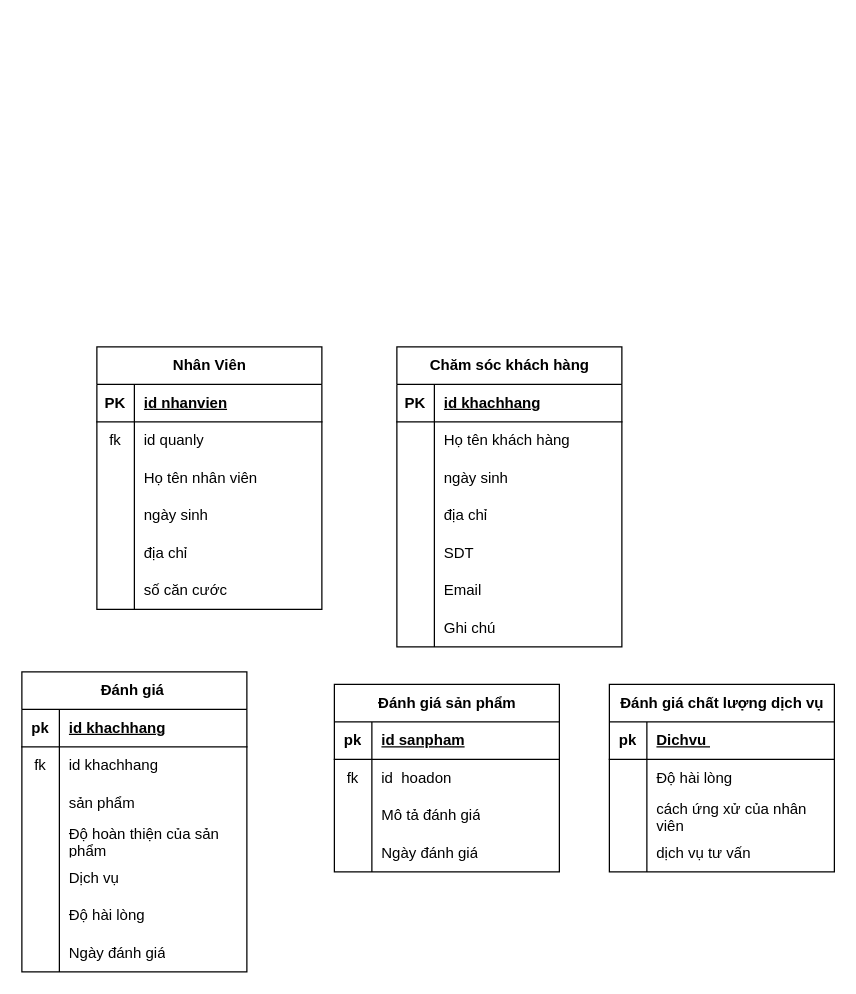
Earlier version of the draw.io diagram page "Nhân viên" (4 of 7) of DuAnNhom.drawio (khai520/DuAnNhom). Source tidied: cells renumbered, new cells numbered last; positions are measured from the earlier drawing's top-left corner, leaving out a move shared by most shapes. Both pictures are drawn from the tidied source at 125%, with x=0, y=0 at pixel (21, 346).
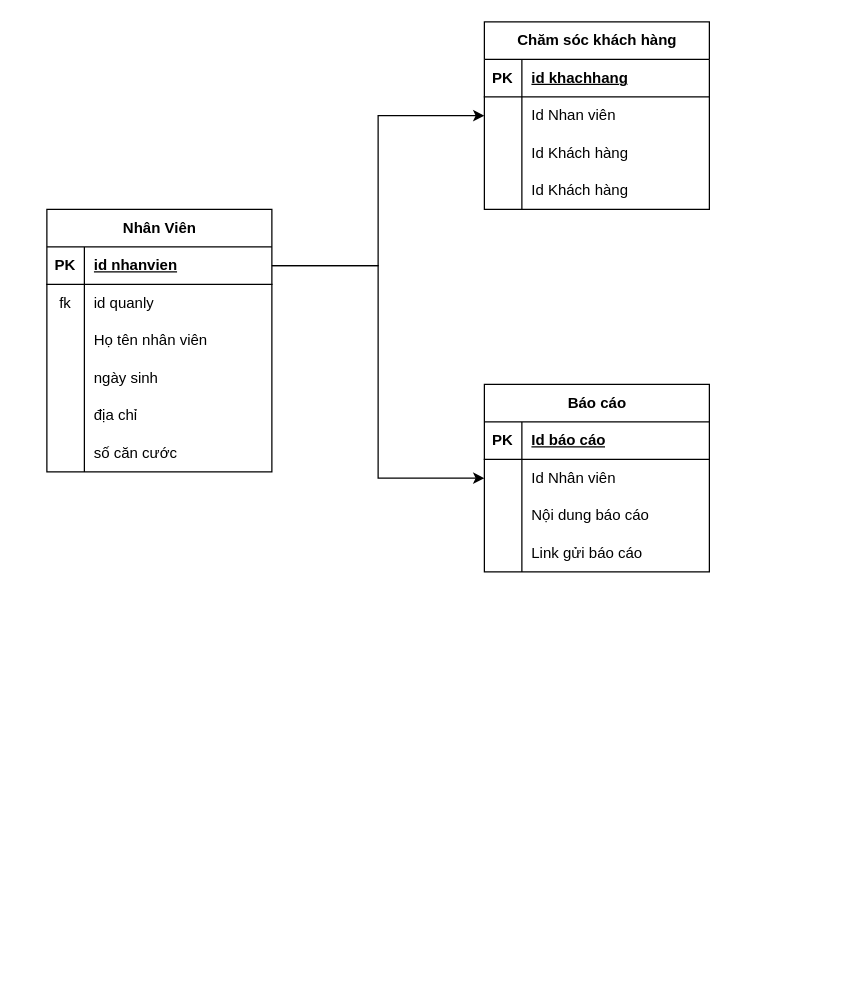
Above is the later version.

Unchanged cells that the change refers to:
```xml
<mxCell id="3" style="shape=tableRow;horizontal=0;startSize=0;swimlaneHead=0;swimlaneBody=0;fillColor=none;points=[[0,0.5],[1,0.5]];portConstraint=eastwest;top=0;left=0;right=0;bottom=1;" parent="2" vertex="1">
  <mxGeometry y="30" width="180" height="30" as="geometry" />
</mxCell>
<mxCell id="25" style="shape=tableRow;horizontal=0;startSize=0;swimlaneHead=0;swimlaneBody=0;fillColor=none;points=[[0,0.5],[1,0.5]];portConstraint=eastwest;top=0;left=0;right=0;bottom=0;" parent="21" vertex="1">
  <mxGeometry y="60" width="180" height="30" as="geometry" />
</mxCell>
```

What changed in the source:
```diff
@@
     <mxCell id="2" value="Nhân Viên" style="shape=table;startSize=30;childLayout=tableLayout;rowLines=0;fontStyle=1;align=center;html=1;" parent="1" vertex="1">
-      <mxGeometry x="60" width="180" height="210" as="geometry" />
+      <mxGeometry x="20" y="-110" width="180" height="210" as="geometry" />
     </mxCell>
@@
     <mxCell id="21" value="Chăm sóc khách hàng" style="shape=table;startSize=30;childLayout=tableLayout;rowLines=0;fontStyle=1;align=center;html=1;" parent="1" vertex="1">
-      <mxGeometry x="300" width="180" height="240" as="geometry" />
+      <mxGeometry x="370" y="-260" width="180" height="150" as="geometry" />
     </mxCell>
@@
-    <mxCell id="27" value="Họ tên khách hàng" style="shape=partialRectangle;fillColor=none;top=0;left=0;bottom=0;right=0;align=left;spacingLeft=6;overflow=hidden;whiteSpace=wrap;html=1;" parent="25" vertex="1">
+    <mxCell id="27" value="Id Nhan viên" style="shape=partialRectangle;fillColor=none;top=0;left=0;bottom=0;right=0;align=left;spacingLeft=6;overflow=hidden;whiteSpace=wrap;html=1;" parent="25" vertex="1">
       <mxGeometry x="30" width="150" height="30" as="geometry" />
     </mxCell>
-    <mxCell id="28" style="shape=tableRow;horizontal=0;startSize=0;swimlaneHead=0;swimlaneBody=0;fillColor=none;top=0;left=0;right=0;bottom=0;" parent="21" vertex="1">
-      <mxGeometry y="90" width="180" height="30" as="geometry" />
-    </mxCell>
-    <mxCell id="29" style="shape=partialRectangle;fillColor=none;top=0;left=0;bottom=0;right=0;overflow=hidden;whiteSpace=wrap;html=1;" parent="28" vertex="1">
-      <mxGeometry width="30" height="30" as="geometry" />
-    </mxCell>
-    <mxCell id="30" value="ngày sinh&amp;nbsp;" style="shape=partialRectangle;fillColor=none;top=0;left=0;bottom=0;right=0;align=left;spacingLeft=6;overflow=hidden;whiteSpace=wrap;html=1;" parent="28" vertex="1">
-      <mxGeometry x="30" width="150" height="30" as="geometry" />
-    </mxCell>
-    <mxCell id="31" style="shape=tableRow;horizontal=0;startSize=0;swimlaneHead=0;swimlaneBody=0;fillColor=none;top=0;left=0;right=0;bottom=0;" parent="21" vertex="1">
-      <mxGeometry y="120" width="180" height="30" as="geometry" />
-    </mxCell>
-    <mxCell id="32" style="shape=partialRectangle;fillColor=none;top=0;left=0;bottom=0;right=0;overflow=hidden;whiteSpace=wrap;html=1;" parent="31" vertex="1">
-      <mxGeometry width="30" height="30" as="geometry" />
-    </mxCell>
-    <mxCell id="33" value="địa chỉ" style="shape=partialRectangle;fillColor=none;top=0;left=0;bottom=0;right=0;align=left;spacingLeft=6;overflow=hidden;whiteSpace=wrap;html=1;" parent="31" vertex="1">
-      <mxGeometry x="30" width="150" height="30" as="geometry" />
-    </mxCell>
-    <mxCell id="34" style="shape=tableRow;horizontal=0;startSize=0;swimlaneHead=0;swimlaneBody=0;fillColor=none;top=0;left=0;right=0;bottom=0;" parent="21" vertex="1">
-      <mxGeometry y="150" width="180" height="30" as="geometry" />
-    </mxCell>
-    <mxCell id="35" style="shape=partialRectangle;fillColor=none;top=0;left=0;bottom=0;right=0;overflow=hidden;whiteSpace=wrap;html=1;" parent="34" vertex="1">
-      <mxGeometry width="30" height="30" as="geometry" />
-    </mxCell>
-    <mxCell id="36" value="SDT&lt;br&gt;" style="shape=partialRectangle;fillColor=none;top=0;left=0;bottom=0;right=0;align=left;spacingLeft=6;overflow=hidden;whiteSpace=wrap;html=1;" parent="34" vertex="1">
-      <mxGeometry x="30" width="150" height="30" as="geometry" />
-    </mxCell>
-    <mxCell id="37" style="shape=tableRow;horizontal=0;startSize=0;swimlaneHead=0;swimlaneBody=0;fillColor=none;top=0;left=0;right=0;bottom=0;" parent="21" vertex="1">
-      <mxGeometry y="180" width="180" height="30" as="geometry" />
-    </mxCell>
-    <mxCell id="38" style="shape=partialRectangle;fillColor=none;top=0;left=0;bottom=0;right=0;overflow=hidden;whiteSpace=wrap;html=1;" parent="37" vertex="1">
-      <mxGeometry width="30" height="30" as="geometry" />
-    </mxCell>
-    <mxCell id="39" value="Email" style="shape=partialRectangle;fillColor=none;top=0;left=0;bottom=0;right=0;align=left;spacingLeft=6;overflow=hidden;whiteSpace=wrap;html=1;" parent="37" vertex="1">
-      <mxGeometry x="30" width="150" height="30" as="geometry" />
-    </mxCell>
     <mxCell id="40" style="shape=tableRow;horizontal=0;startSize=0;swimlaneHead=0;swimlaneBody=0;fillColor=none;top=0;left=0;right=0;bottom=0;" parent="21" vertex="1">
-      <mxGeometry y="210" width="180" height="30" as="geometry" />
+      <mxGeometry y="90" width="180" height="30" as="geometry" />
     </mxCell>
@@
-    <mxCell id="42" value="Ghi chú" style="shape=partialRectangle;fillColor=none;top=0;left=0;bottom=0;right=0;align=left;spacingLeft=6;overflow=hidden;whiteSpace=wrap;html=1;" parent="40" vertex="1">
+    <mxCell id="42" value="Id Khách hàng" style="shape=partialRectangle;fillColor=none;top=0;left=0;bottom=0;right=0;align=left;spacingLeft=6;overflow=hidden;whiteSpace=wrap;html=1;" parent="40" vertex="1">
       <mxGeometry x="30" width="150" height="30" as="geometry" />
     </mxCell>
-    <mxCell id="43" value="Đánh giá&amp;nbsp;" style="shape=table;startSize=30;childLayout=tableLayout;rowLines=0;fontStyle=1;align=center;html=1;" parent="1" vertex="1">
-      <mxGeometry y="260" width="180" height="240" as="geometry" />
-    </mxCell>
-    <mxCell id="44" style="shape=tableRow;horizontal=0;startSize=0;swimlaneHead=0;swimlaneBody=0;fillColor=none;top=0;left=0;right=0;bottom=1;" parent="43" vertex="1">
-      <mxGeometry y="30" width="180" height="30" as="geometry" />
-    </mxCell>
-    <mxCell id="45" value="pk" style="shape=partialRectangle;fillColor=none;top=0;left=0;bottom=0;right=0;fontStyle=1;overflow=hidden;whiteSpace=wrap;html=1;" parent="44" vertex="1">
-      <mxGeometry width="30" height="30" as="geometry" />
-    </mxCell>
-    <mxCell id="46" value="id khachhang" style="shape=partialRectangle;fillColor=none;top=0;left=0;bottom=0;right=0;align=left;spacingLeft=6;fontStyle=5;overflow=hidden;whiteSpace=wrap;html=1;" parent="44" vertex="1">
-      <mxGeometry x="30" width="150" height="30" as="geometry" />
-    </mxCell>
-    <mxCell id="47" style="shape=tableRow;horizontal=0;startSize=0;swimlaneHead=0;swimlaneBody=0;fillColor=none;top=0;left=0;right=0;bottom=0;" parent="43" vertex="1">
-      <mxGeometry y="60" width="180" height="30" as="geometry" />
-    </mxCell>
-    <mxCell id="48" value="fk" style="shape=partialRectangle;fillColor=none;top=0;left=0;bottom=0;right=0;overflow=hidden;whiteSpace=wrap;html=1;" parent="47" vertex="1">
-      <mxGeometry width="30" height="30" as="geometry" />
-    </mxCell>
-    <mxCell id="49" value="id khachhang" style="shape=partialRectangle;fillColor=none;top=0;left=0;bottom=0;right=0;align=left;spacingLeft=6;overflow=hidden;whiteSpace=wrap;html=1;" parent="47" vertex="1">
-      <mxGeometry x="30" width="150" height="30" as="geometry" />
-    </mxCell>
-    <mxCell id="50" style="shape=tableRow;horizontal=0;startSize=0;swimlaneHead=0;swimlaneBody=0;fillColor=none;top=0;left=0;right=0;bottom=0;" parent="43" vertex="1">
-      <mxGeometry y="90" width="180" height="30" as="geometry" />
-    </mxCell>
-    <mxCell id="51" style="shape=partialRectangle;fillColor=none;top=0;left=0;bottom=0;right=0;overflow=hidden;whiteSpace=wrap;html=1;" parent="50" vertex="1">
-      <mxGeometry width="30" height="30" as="geometry" />
-    </mxCell>
-    <mxCell id="52" value="sản phẩm" style="shape=partialRectangle;fillColor=none;top=0;left=0;bottom=0;right=0;align=left;spacingLeft=6;overflow=hidden;whiteSpace=wrap;html=1;" parent="50" vertex="1">
-      <mxGeometry x="30" width="150" height="30" as="geometry" />
-    </mxCell>
-    <mxCell id="53" style="shape=tableRow;horizontal=0;startSize=0;swimlaneHead=0;swimlaneBody=0;fillColor=none;top=0;left=0;right=0;bottom=0;" parent="43" vertex="1">
-      <mxGeometry y="120" width="180" height="30" as="geometry" />
-    </mxCell>
-    <mxCell id="54" style="shape=partialRectangle;fillColor=none;top=0;left=0;bottom=0;right=0;overflow=hidden;whiteSpace=wrap;html=1;" parent="53" vertex="1">
-      <mxGeometry width="30" height="30" as="geometry" />
-    </mxCell>
-    <mxCell id="55" value="Độ hoàn thiện của sản phẩm" style="shape=partialRectangle;fillColor=none;top=0;left=0;bottom=0;right=0;align=left;spacingLeft=6;overflow=hidden;whiteSpace=wrap;html=1;" parent="53" vertex="1">
-      <mxGeometry x="30" width="150" height="30" as="geometry" />
-    </mxCell>
-    <mxCell id="56" style="shape=tableRow;horizontal=0;startSize=0;swimlaneHead=0;swimlaneBody=0;fillColor=none;top=0;left=0;right=0;bottom=0;" parent="43" vertex="1">
-      <mxGeometry y="150" width="180" height="30" as="geometry" />
-    </mxCell>
-    <mxCell id="57" style="shape=partialRectangle;fillColor=none;top=0;left=0;bottom=0;right=0;overflow=hidden;whiteSpace=wrap;html=1;" parent="56" vertex="1">
-      <mxGeometry width="30" height="30" as="geometry" />
-    </mxCell>
-    <mxCell id="58" value="Dịch vụ" style="shape=partialRectangle;fillColor=none;top=0;left=0;bottom=0;right=0;align=left;spacingLeft=6;overflow=hidden;whiteSpace=wrap;html=1;" parent="56" vertex="1">
-      <mxGeometry x="30" width="150" height="30" as="geometry" />
-    </mxCell>
-    <mxCell id="59" style="shape=tableRow;horizontal=0;startSize=0;swimlaneHead=0;swimlaneBody=0;fillColor=none;top=0;left=0;right=0;bottom=0;" parent="43" vertex="1">
-      <mxGeometry y="180" width="180" height="30" as="geometry" />
-    </mxCell>
-    <mxCell id="60" style="shape=partialRectangle;fillColor=none;top=0;left=0;bottom=0;right=0;overflow=hidden;whiteSpace=wrap;html=1;" parent="59" vertex="1">
-      <mxGeometry width="30" height="30" as="geometry" />
-    </mxCell>
-    <mxCell id="61" value="Độ hài lòng&amp;nbsp;" style="shape=partialRectangle;fillColor=none;top=0;left=0;bottom=0;right=0;align=left;spacingLeft=6;overflow=hidden;whiteSpace=wrap;html=1;" parent="59" vertex="1">
-      <mxGeometry x="30" width="150" height="30" as="geometry" />
-    </mxCell>
-    <mxCell id="62" style="shape=tableRow;horizontal=0;startSize=0;swimlaneHead=0;swimlaneBody=0;fillColor=none;top=0;left=0;right=0;bottom=0;" parent="43" vertex="1">
-      <mxGeometry y="210" width="180" height="30" as="geometry" />
-    </mxCell>
-    <mxCell id="63" style="shape=partialRectangle;fillColor=none;top=0;left=0;bottom=0;right=0;overflow=hidden;whiteSpace=wrap;html=1;" parent="62" vertex="1">
-      <mxGeometry width="30" height="30" as="geometry" />
-    </mxCell>
-    <mxCell id="64" value="Ngày đánh giá" style="shape=partialRectangle;fillColor=none;top=0;left=0;bottom=0;right=0;align=left;spacingLeft=6;overflow=hidden;whiteSpace=wrap;html=1;" parent="62" vertex="1">
-      <mxGeometry x="30" width="150" height="30" as="geometry" />
-    </mxCell>
-    <mxCell id="65" value="Đánh giá sản phẩm" style="shape=table;startSize=30;childLayout=tableLayout;rowLines=0;fontStyle=1;align=center;html=1;" parent="1" vertex="1">
-      <mxGeometry x="250" y="270" width="180" height="150" as="geometry" />
-    </mxCell>
-    <mxCell id="66" style="shape=tableRow;horizontal=0;startSize=0;swimlaneHead=0;swimlaneBody=0;fillColor=none;top=0;left=0;right=0;bottom=1;" parent="65" vertex="1">
-      <mxGeometry y="30" width="180" height="30" as="geometry" />
-    </mxCell>
-    <mxCell id="67" value="pk" style="shape=partialRectangle;fillColor=none;top=0;left=0;bottom=0;right=0;fontStyle=1;overflow=hidden;whiteSpace=wrap;html=1;" parent="66" vertex="1">
-      <mxGeometry width="30" height="30" as="geometry" />
-    </mxCell>
-    <mxCell id="68" value="id sanpham" style="shape=partialRectangle;fillColor=none;top=0;left=0;bottom=0;right=0;align=left;spacingLeft=6;fontStyle=5;overflow=hidden;whiteSpace=wrap;html=1;" parent="66" vertex="1">
-      <mxGeometry x="30" width="150" height="30" as="geometry" />
-    </mxCell>
-    <mxCell id="69" style="shape=tableRow;horizontal=0;startSize=0;swimlaneHead=0;swimlaneBody=0;fillColor=none;top=0;left=0;right=0;bottom=0;" parent="65" vertex="1">
-      <mxGeometry y="60" width="180" height="30" as="geometry" />
-    </mxCell>
-    <mxCell id="70" value="fk" style="shape=partialRectangle;fillColor=none;top=0;left=0;bottom=0;right=0;overflow=hidden;whiteSpace=wrap;html=1;" parent="69" vertex="1">
-      <mxGeometry width="30" height="30" as="geometry" />
-    </mxCell>
-    <mxCell id="71" value="id&amp;nbsp; hoadon" style="shape=partialRectangle;fillColor=none;top=0;left=0;bottom=0;right=0;align=left;spacingLeft=6;overflow=hidden;whiteSpace=wrap;html=1;" parent="69" vertex="1">
-      <mxGeometry x="30" width="150" height="30" as="geometry" />
-    </mxCell>
-    <mxCell id="72" style="shape=tableRow;horizontal=0;startSize=0;swimlaneHead=0;swimlaneBody=0;fillColor=none;top=0;left=0;right=0;bottom=0;" parent="65" vertex="1">
-      <mxGeometry y="90" width="180" height="30" as="geometry" />
-    </mxCell>
-    <mxCell id="73" style="shape=partialRectangle;fillColor=none;top=0;left=0;bottom=0;right=0;overflow=hidden;whiteSpace=wrap;html=1;" parent="72" vertex="1">
-      <mxGeometry width="30" height="30" as="geometry" />
-    </mxCell>
-    <mxCell id="74" value="Mô tả đánh giá" style="shape=partialRectangle;fillColor=none;top=0;left=0;bottom=0;right=0;align=left;spacingLeft=6;overflow=hidden;whiteSpace=wrap;html=1;" parent="72" vertex="1">
-      <mxGeometry x="30" width="150" height="30" as="geometry" />
-    </mxCell>
-    <mxCell id="75" style="shape=tableRow;horizontal=0;startSize=0;swimlaneHead=0;swimlaneBody=0;fillColor=none;top=0;left=0;right=0;bottom=0;" parent="65" vertex="1">
-      <mxGeometry y="120" width="180" height="30" as="geometry" />
-    </mxCell>
-    <mxCell id="76" style="shape=partialRectangle;fillColor=none;top=0;left=0;bottom=0;right=0;overflow=hidden;whiteSpace=wrap;html=1;" parent="75" vertex="1">
-      <mxGeometry width="30" height="30" as="geometry" />
-    </mxCell>
-    <mxCell id="77" value="Ngày đánh giá" style="shape=partialRectangle;fillColor=none;top=0;left=0;bottom=0;right=0;align=left;spacingLeft=6;overflow=hidden;whiteSpace=wrap;html=1;" parent="75" vertex="1">
-      <mxGeometry x="30" width="150" height="30" as="geometry" />
-    </mxCell>
-    <mxCell id="78" value="Đánh giá chất lượng dịch vụ" style="shape=table;startSize=30;childLayout=tableLayout;rowLines=0;fontStyle=1;align=center;html=1;" parent="1" vertex="1">
-      <mxGeometry x="470" y="270" width="180" height="150" as="geometry" />
-    </mxCell>
-    <mxCell id="79" style="shape=tableRow;horizontal=0;startSize=0;swimlaneHead=0;swimlaneBody=0;fillColor=none;top=0;left=0;right=0;bottom=1;" parent="78" vertex="1">
-      <mxGeometry y="30" width="180" height="30" as="geometry" />
-    </mxCell>
-    <mxCell id="80" value="pk" style="shape=partialRectangle;fillColor=none;top=0;left=0;bottom=0;right=0;fontStyle=1;overflow=hidden;whiteSpace=wrap;html=1;" parent="79" vertex="1">
-      <mxGeometry width="30" height="30" as="geometry" />
-    </mxCell>
-    <mxCell id="81" value="Dichvu&amp;nbsp;" style="shape=partialRectangle;fillColor=none;top=0;left=0;bottom=0;right=0;align=left;spacingLeft=6;fontStyle=5;overflow=hidden;whiteSpace=wrap;html=1;" parent="79" vertex="1">
-      <mxGeometry x="30" width="150" height="30" as="geometry" />
-    </mxCell>
-    <mxCell id="82" style="shape=tableRow;horizontal=0;startSize=0;swimlaneHead=0;swimlaneBody=0;fillColor=none;top=0;left=0;right=0;bottom=0;" parent="78" vertex="1">
-      <mxGeometry y="60" width="180" height="30" as="geometry" />
-    </mxCell>
-    <mxCell id="83" style="shape=partialRectangle;fillColor=none;top=0;left=0;bottom=0;right=0;overflow=hidden;whiteSpace=wrap;html=1;" parent="82" vertex="1">
-      <mxGeometry width="30" height="30" as="geometry" />
-    </mxCell>
-    <mxCell id="84" value="Độ hài lòng" style="shape=partialRectangle;fillColor=none;top=0;left=0;bottom=0;right=0;align=left;spacingLeft=6;overflow=hidden;whiteSpace=wrap;html=1;" parent="82" vertex="1">
-      <mxGeometry x="30" width="150" height="30" as="geometry" />
-    </mxCell>
-    <mxCell id="85" style="shape=tableRow;horizontal=0;startSize=0;swimlaneHead=0;swimlaneBody=0;fillColor=none;top=0;left=0;right=0;bottom=0;" parent="78" vertex="1">
-      <mxGeometry y="90" width="180" height="30" as="geometry" />
-    </mxCell>
-    <mxCell id="86" style="shape=partialRectangle;fillColor=none;top=0;left=0;bottom=0;right=0;overflow=hidden;whiteSpace=wrap;html=1;" parent="85" vertex="1">
-      <mxGeometry width="30" height="30" as="geometry" />
-    </mxCell>
-    <mxCell id="87" value="cách ứng xử của nhân viên" style="shape=partialRectangle;fillColor=none;top=0;left=0;bottom=0;right=0;align=left;spacingLeft=6;overflow=hidden;whiteSpace=wrap;html=1;" parent="85" vertex="1">
-      <mxGeometry x="30" width="150" height="30" as="geometry" />
-    </mxCell>
-    <mxCell id="88" style="shape=tableRow;horizontal=0;startSize=0;swimlaneHead=0;swimlaneBody=0;fillColor=none;top=0;left=0;right=0;bottom=0;" parent="78" vertex="1">
-      <mxGeometry y="120" width="180" height="30" as="geometry" />
-    </mxCell>
-    <mxCell id="89" style="shape=partialRectangle;fillColor=none;top=0;left=0;bottom=0;right=0;overflow=hidden;whiteSpace=wrap;html=1;" parent="88" vertex="1">
-      <mxGeometry width="30" height="30" as="geometry" />
-    </mxCell>
-    <mxCell id="90" value="dịch vụ tư vấn" style="shape=partialRectangle;fillColor=none;top=0;left=0;bottom=0;right=0;align=left;spacingLeft=6;overflow=hidden;whiteSpace=wrap;html=1;" parent="88" vertex="1">
-      <mxGeometry x="30" width="150" height="30" as="geometry" />
-    </mxCell>
+    <mxCell id="91" style="shape=tableRow;horizontal=0;startSize=0;swimlaneHead=0;swimlaneBody=0;fillColor=none;top=0;left=0;right=0;bottom=0;" parent="21" vertex="1">
+      <mxGeometry y="120" width="180" height="30" as="geometry" />
+    </mxCell>
+    <mxCell id="92" style="shape=partialRectangle;fillColor=none;top=0;left=0;bottom=0;right=0;overflow=hidden;whiteSpace=wrap;html=1;" parent="91" vertex="1">
+      <mxGeometry width="30" height="30" as="geometry" />
+    </mxCell>
+    <mxCell id="93" value="Id Khách hàng" style="shape=partialRectangle;fillColor=none;top=0;left=0;bottom=0;right=0;align=left;spacingLeft=6;overflow=hidden;whiteSpace=wrap;html=1;" parent="91" vertex="1">
+      <mxGeometry x="30" width="150" height="30" as="geometry" />
+    </mxCell>
+    <mxCell id="94" style="edgeStyle=orthogonalEdgeStyle;rounded=0;jettySize=auto;html=1;" parent="1" edge="1" source="3" target="25">
+      <mxGeometry relative="1" as="geometry" />
+    </mxCell>
+    <mxCell id="95" value="Báo cáo" style="shape=table;startSize=30;childLayout=tableLayout;rowLines=0;fontStyle=1;align=center;html=1;" parent="1" vertex="1">
+      <mxGeometry x="370" y="30" width="180" height="150" as="geometry" />
+    </mxCell>
+    <mxCell id="96" style="shape=tableRow;horizontal=0;startSize=0;swimlaneHead=0;swimlaneBody=0;fillColor=none;top=0;left=0;right=0;bottom=1;" parent="95" vertex="1">
+      <mxGeometry y="30" width="180" height="30" as="geometry" />
+    </mxCell>
+    <mxCell id="97" value="PK" style="shape=partialRectangle;fillColor=none;top=0;left=0;bottom=0;right=0;fontStyle=1;overflow=hidden;whiteSpace=wrap;html=1;" parent="96" vertex="1">
+      <mxGeometry width="30" height="30" as="geometry" />
+    </mxCell>
+    <mxCell id="98" value="Id báo cáo" style="shape=partialRectangle;fillColor=none;top=0;left=0;bottom=0;right=0;align=left;spacingLeft=6;fontStyle=5;overflow=hidden;whiteSpace=wrap;html=1;" parent="96" vertex="1">
+      <mxGeometry x="30" width="150" height="30" as="geometry" />
+    </mxCell>
+    <mxCell id="99" style="shape=tableRow;horizontal=0;startSize=0;swimlaneHead=0;swimlaneBody=0;fillColor=none;points=[[0,0.5],[1,0.5]];portConstraint=eastwest;top=0;left=0;right=0;bottom=0;" parent="95" vertex="1">
+      <mxGeometry y="60" width="180" height="30" as="geometry" />
+    </mxCell>
+    <mxCell id="100" style="shape=partialRectangle;fillColor=none;top=0;left=0;bottom=0;right=0;overflow=hidden;whiteSpace=wrap;html=1;" parent="99" vertex="1">
+      <mxGeometry width="30" height="30" as="geometry" />
+    </mxCell>
+    <mxCell id="101" value="Id Nhân viên" style="shape=partialRectangle;fillColor=none;top=0;left=0;bottom=0;right=0;align=left;spacingLeft=6;overflow=hidden;whiteSpace=wrap;html=1;" parent="99" vertex="1">
+      <mxGeometry x="30" width="150" height="30" as="geometry" />
+    </mxCell>
+    <mxCell id="102" style="shape=tableRow;horizontal=0;startSize=0;swimlaneHead=0;swimlaneBody=0;fillColor=none;top=0;left=0;right=0;bottom=0;" parent="95" vertex="1">
+      <mxGeometry y="90" width="180" height="30" as="geometry" />
+    </mxCell>
+    <mxCell id="103" style="shape=partialRectangle;fillColor=none;top=0;left=0;bottom=0;right=0;overflow=hidden;whiteSpace=wrap;html=1;" parent="102" vertex="1">
+      <mxGeometry width="30" height="30" as="geometry" />
+    </mxCell>
+    <mxCell id="104" value="Nội dung báo cáo" style="shape=partialRectangle;fillColor=none;top=0;left=0;bottom=0;right=0;align=left;spacingLeft=6;overflow=hidden;whiteSpace=wrap;html=1;" parent="102" vertex="1">
+      <mxGeometry x="30" width="150" height="30" as="geometry" />
+    </mxCell>
+    <mxCell id="105" style="shape=tableRow;horizontal=0;startSize=0;swimlaneHead=0;swimlaneBody=0;fillColor=none;top=0;left=0;right=0;bottom=0;" parent="95" vertex="1">
+      <mxGeometry y="120" width="180" height="30" as="geometry" />
+    </mxCell>
+    <mxCell id="106" style="shape=partialRectangle;fillColor=none;top=0;left=0;bottom=0;right=0;overflow=hidden;whiteSpace=wrap;html=1;" parent="105" vertex="1">
+      <mxGeometry width="30" height="30" as="geometry" />
+    </mxCell>
+    <mxCell id="107" value="Link gửi báo cáo" style="shape=partialRectangle;fillColor=none;top=0;left=0;bottom=0;right=0;align=left;spacingLeft=6;overflow=hidden;whiteSpace=wrap;html=1;" parent="105" vertex="1">
+      <mxGeometry x="30" width="150" height="30" as="geometry" />
+    </mxCell>
+    <mxCell id="108" style="edgeStyle=orthogonalEdgeStyle;rounded=0;jettySize=auto;html=1;" parent="1" edge="1" source="3" target="99">
+      <mxGeometry relative="1" as="geometry" />
+    </mxCell>
```
